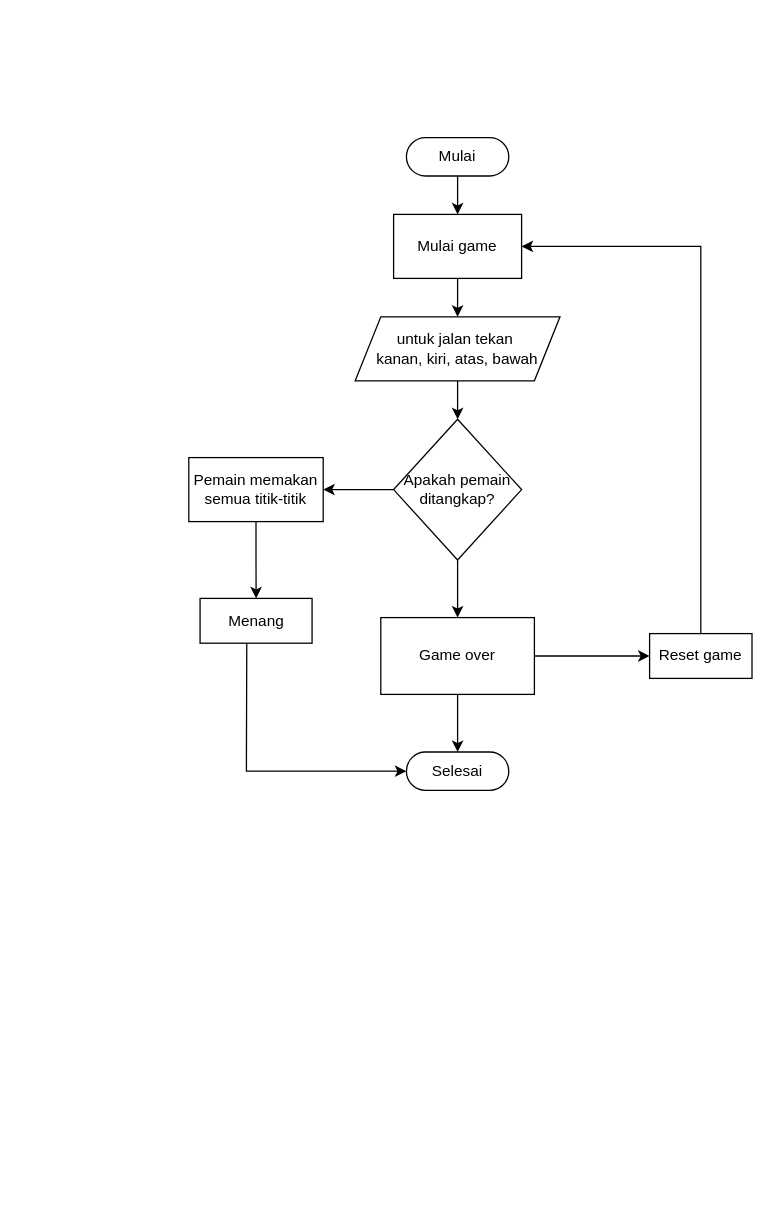
Before: page "Halaman-1" (1 of 2) of Diagram Tanpa Judul.drawio in NesyaAllysaPutri/tutorNesya, a draw.io diagram. Source tidied: cells renumbered, new cells numbered last; positions are measured from the earlier drawing's top-left corner, leaving out a move shared by most shapes. Both pictures are drawn from the tidied source at 128%, with x=0, y=0 at pixel (188, 137).
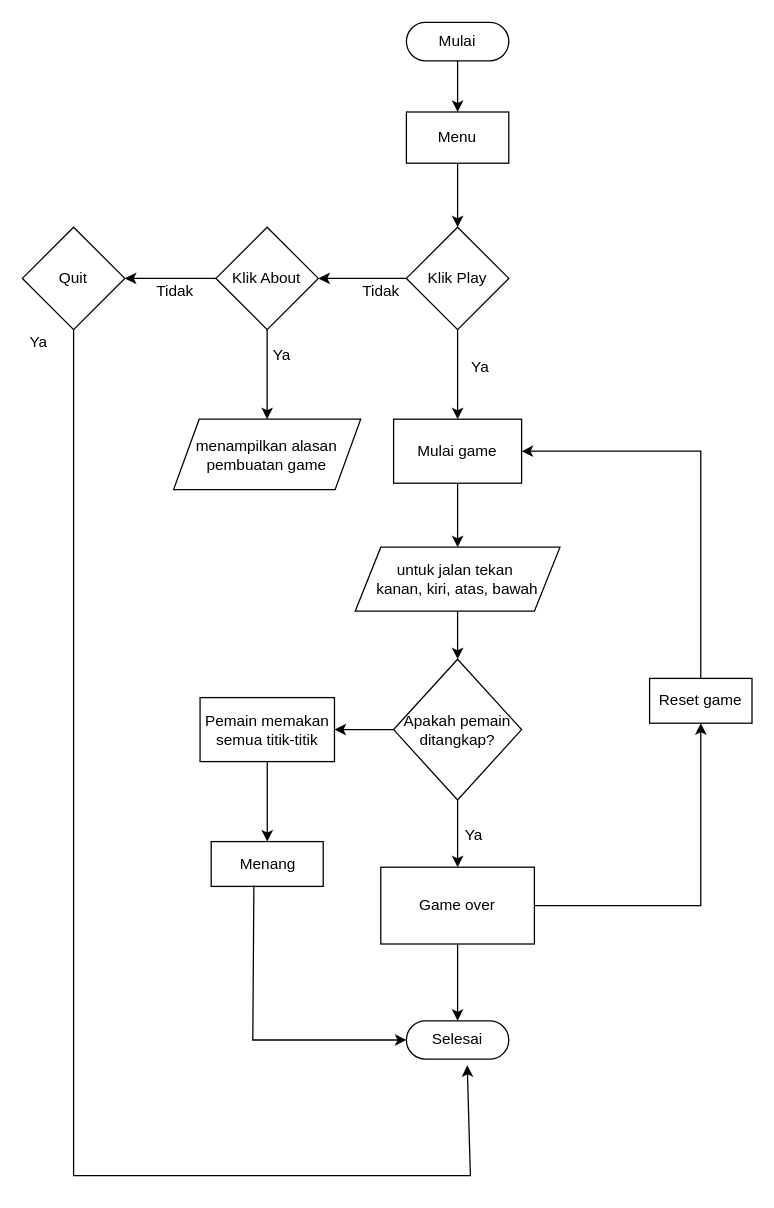
Above is the later version.

What changed in the source:
```diff
@@
-    <mxCell id="2" style="edgeStyle=orthogonalEdgeStyle;rounded=0;jettySize=auto;html=1;" parent="1" edge="1" source="3" target="5">
-      <mxGeometry relative="1" as="geometry" />
-    </mxCell>
+    <mxCell id="21" style="edgeStyle=orthogonalEdgeStyle;rounded=0;jettySize=auto;html=1;" parent="1" edge="1" source="3" target="23">
+      <mxGeometry relative="1" as="geometry" />
+    </mxCell>
     <mxCell id="3" value="Mulai" style="html=1;dashed=0;whiteSpace=wrap;shape=mxgraph.dfd.start;" parent="1" vertex="1">
-      <mxGeometry x="170" width="80" height="30" as="geometry" />
+      <mxGeometry x="170" y="-90" width="80" height="30" as="geometry" />
     </mxCell>
@@
     <mxCell id="5" value="Mulai game" style="whiteSpace=wrap;html=1;dashed=0;" parent="1" vertex="1">
-      <mxGeometry x="160" y="60" width="100" height="50" as="geometry" />
+      <mxGeometry x="160" y="220" width="100" height="50" as="geometry" />
     </mxCell>
@@
     <mxCell id="7" value="untuk jalan tekan&amp;nbsp;&lt;div&gt;kanan, kiri, atas, bawah&lt;/div&gt;" style="shape=parallelogram;perimeter=parallelogramPerimeter;whiteSpace=wrap;html=1;fixedSize=1;dashed=0;" parent="1" vertex="1">
-      <mxGeometry x="130" y="140" width="160" height="50" as="geometry" />
+      <mxGeometry x="130" y="320" width="160" height="50" as="geometry" />
     </mxCell>
@@
     <mxCell id="10" value="Apakah pemain ditangkap?" style="rhombus;whiteSpace=wrap;html=1;dashed=0;" parent="1" vertex="1">
-      <mxGeometry x="160" y="220" width="100" height="110" as="geometry" />
+      <mxGeometry x="160" y="407.5" width="100" height="110" as="geometry" />
     </mxCell>
@@
     <mxCell id="12" value="Pemain memakan semua titik-titik" style="whiteSpace=wrap;html=1;dashed=0;" parent="1" vertex="1">
-      <mxGeometry y="250" width="105" height="50" as="geometry" />
+      <mxGeometry x="8.8" y="437.5" width="105" height="50" as="geometry" />
     </mxCell>
     <mxCell id="13" value="Menang" style="whiteSpace=wrap;html=1;dashed=0;" parent="1" vertex="1">
-      <mxGeometry x="8.8" y="360" width="87.5" height="35" as="geometry" />
+      <mxGeometry x="17.5" y="550" width="87.5" height="35" as="geometry" />
     </mxCell>
@@
     <mxCell id="16" value="Game over" style="whiteSpace=wrap;html=1;dashed=0;" parent="1" vertex="1">
-      <mxGeometry x="150" y="375" width="120" height="60" as="geometry" />
+      <mxGeometry x="150" y="570" width="120" height="60" as="geometry" />
     </mxCell>
     <mxCell id="17" value="Selesai" style="html=1;dashed=0;whiteSpace=wrap;shape=mxgraph.dfd.start;" parent="1" vertex="1">
-      <mxGeometry x="170" y="480" width="80" height="30" as="geometry" />
+      <mxGeometry x="170" y="690" width="80" height="30" as="geometry" />
     </mxCell>
-    <mxCell id="18" style="endArrow=classic;html=1;rounded=0;entryX=0;entryY=0.5;entryDx=0;entryDy=0;entryPerimeter=0;exitX=0.417;exitY=1.006;exitDx=0;exitDy=0;exitPerimeter=0;" parent="1" edge="1" source="13" target="17">
+    <mxCell id="18" style="endArrow=classic;html=1;rounded=0;entryX=0;entryY=0.5;entryDx=0;entryDy=0;entryPerimeter=0;exitX=0.381;exitY=0.979;exitDx=0;exitDy=0;exitPerimeter=0;" parent="1" edge="1" source="13" target="17">
       <mxGeometry relative="1" as="geometry">
         <Array as="points">
-          <mxPoint x="45" y="495" />
+          <mxPoint x="50" y="705" />
         </Array>
       </mxGeometry>
     </mxCell>
     <mxCell id="19" value="Reset game" style="whiteSpace=wrap;html=1;dashed=0;" parent="1" vertex="1">
-      <mxGeometry x="360" y="387.5" width="80" height="35" as="geometry" />
+      <mxGeometry x="360" y="422.5" width="80" height="35" as="geometry" />
     </mxCell>
     <mxCell id="20" style="endArrow=classic;html=1;rounded=0;entryX=1;entryY=0.5;entryDx=0;entryDy=0;exitX=0.5;exitY=0;exitDx=0;exitDy=0;" parent="1" edge="1" source="19" target="5">
       <mxGeometry relative="1" as="geometry">
         <Array as="points">
-          <mxPoint x="400" y="85" />
+          <mxPoint x="400" y="245" />
         </Array>
       </mxGeometry>
     </mxCell>
+    <mxCell id="22" style="edgeStyle=orthogonalEdgeStyle;rounded=0;jettySize=auto;html=1;" parent="1" edge="1" source="23" target="24">
+      <mxGeometry relative="1" as="geometry" />
+    </mxCell>
+    <mxCell id="23" value="Menu" style="whiteSpace=wrap;html=1;dashed=0;" parent="1" vertex="1">
+      <mxGeometry x="170" y="-20" width="80" height="40" as="geometry" />
+    </mxCell>
+    <mxCell id="24" value="Klik Play" style="rhombus;whiteSpace=wrap;html=1;" parent="1" vertex="1">
+      <mxGeometry x="170" y="70" width="80" height="80" as="geometry" />
+    </mxCell>
+    <mxCell id="25" style="endArrow=classic;html=1;rounded=0;entryX=0.5;entryY=0;entryDx=0;entryDy=0;exitX=0.5;exitY=1;exitDx=0;exitDy=0;" parent="1" edge="1" source="24" target="5">
+      <mxGeometry relative="1" as="geometry" />
+    </mxCell>
+    <mxCell id="26" value="Ya" style="text;strokeColor=none;fillColor=none;align=left;verticalAlign=middle;spacingLeft=4;spacingRight=4;overflow=hidden;whiteSpace=wrap;html=1;" parent="1" vertex="1">
+      <mxGeometry x="215" y="170" width="30" height="20" as="geometry" />
+    </mxCell>
+    <mxCell id="27" value="Ya" style="text;strokeColor=none;fillColor=none;align=left;verticalAlign=middle;spacingLeft=4;spacingRight=4;overflow=hidden;whiteSpace=wrap;html=1;" parent="1" vertex="1">
+      <mxGeometry x="210" y="530" width="40" height="30" as="geometry" />
+    </mxCell>
+    <mxCell id="28" style="endArrow=classic;html=1;rounded=0;exitX=0;exitY=0.5;exitDx=0;exitDy=0;entryX=1;entryY=0.5;entryDx=0;entryDy=0;" parent="1" edge="1" source="24" target="32">
+      <mxGeometry relative="1" as="geometry" />
+    </mxCell>
+    <mxCell id="29" value="Tidak" style="text;strokeColor=none;fillColor=none;align=left;verticalAlign=middle;spacingLeft=4;spacingRight=4;overflow=hidden;whiteSpace=wrap;html=1;" parent="1" vertex="1">
+      <mxGeometry x="130" y="110" width="40" height="20" as="geometry" />
+    </mxCell>
+    <mxCell id="30" style="edgeStyle=orthogonalEdgeStyle;rounded=0;jettySize=auto;html=1;" parent="1" edge="1" source="32" target="33">
+      <mxGeometry relative="1" as="geometry" />
+    </mxCell>
+    <mxCell id="31" style="edgeStyle=orthogonalEdgeStyle;rounded=0;jettySize=auto;html=1;" parent="1" edge="1" source="32" target="35">
+      <mxGeometry relative="1" as="geometry" />
+    </mxCell>
+    <mxCell id="32" value="Klik About" style="rhombus;whiteSpace=wrap;html=1;" parent="1" vertex="1">
+      <mxGeometry x="21.2" y="70" width="80" height="80" as="geometry" />
+    </mxCell>
+    <mxCell id="33" value="Quit" style="rhombus;whiteSpace=wrap;html=1;" parent="1" vertex="1">
+      <mxGeometry x="-130" y="70" width="80" height="80" as="geometry" />
+    </mxCell>
+    <mxCell id="34" value="Tidak" style="text;strokeColor=none;fillColor=none;align=left;verticalAlign=middle;spacingLeft=4;spacingRight=4;overflow=hidden;whiteSpace=wrap;html=1;" parent="1" vertex="1">
+      <mxGeometry x="-31.2" y="110" width="40" height="20" as="geometry" />
+    </mxCell>
+    <mxCell id="35" value="menampilkan alasan pembuatan game" style="shape=parallelogram;perimeter=parallelogramPerimeter;whiteSpace=wrap;html=1;fixedSize=1;" parent="1" vertex="1">
+      <mxGeometry x="-11.9" y="220" width="146.2" height="55" as="geometry" />
+    </mxCell>
+    <mxCell id="36" style="endArrow=classic;html=1;rounded=0;exitX=0.5;exitY=1;exitDx=0;exitDy=0;entryX=0.594;entryY=1.159;entryDx=0;entryDy=0;entryPerimeter=0;" parent="1" edge="1" source="33" target="17">
+      <mxGeometry relative="1" as="geometry">
+        <Array as="points">
+          <mxPoint x="-90" y="811" />
+          <mxPoint x="220" y="811" />
+        </Array>
+      </mxGeometry>
+    </mxCell>
+    <mxCell id="37" value="Ya" style="text;strokeColor=none;fillColor=none;align=left;verticalAlign=middle;spacingLeft=4;spacingRight=4;overflow=hidden;whiteSpace=wrap;html=1;" parent="1" vertex="1">
+      <mxGeometry x="-130" y="150" width="30" height="20" as="geometry" />
+    </mxCell>
+    <mxCell id="38" value="Ya" style="text;strokeColor=none;fillColor=none;align=left;verticalAlign=middle;spacingLeft=4;spacingRight=4;overflow=hidden;whiteSpace=wrap;html=1;" parent="1" vertex="1">
+      <mxGeometry x="60" y="160" width="30" height="20" as="geometry" />
+    </mxCell>
```
